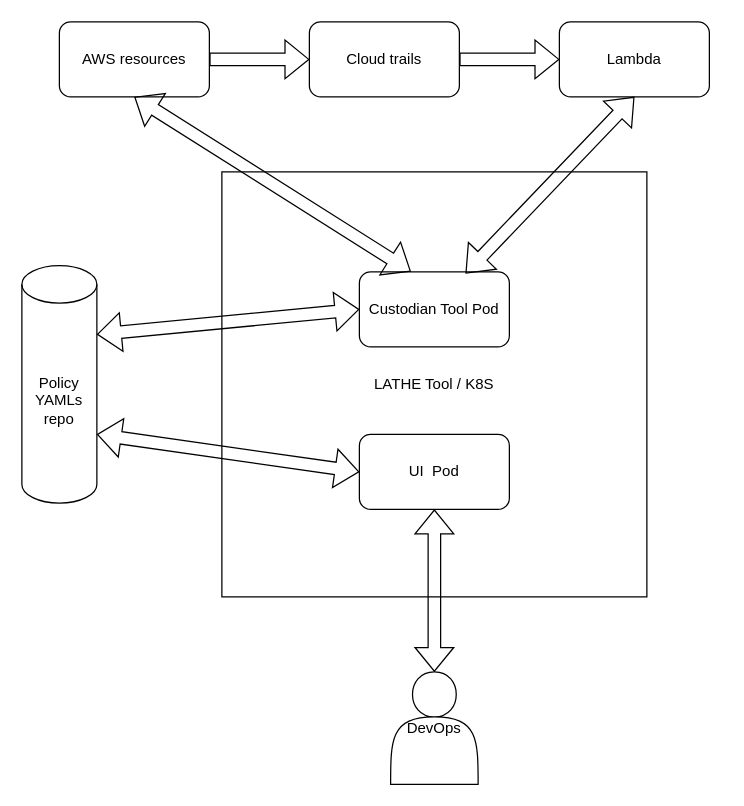
The draw.io diagram pptx/Untitled Diagram.drawio in ytensor42/drawio, before the edit. Source tidied: cells renumbered, new cells numbered last; positions are measured from the earlier drawing's top-left corner, leaving out a move shared by most shapes. Both pictures are drawn from the tidied source at 125%, with x=0, y=0 at pixel (21, 21).
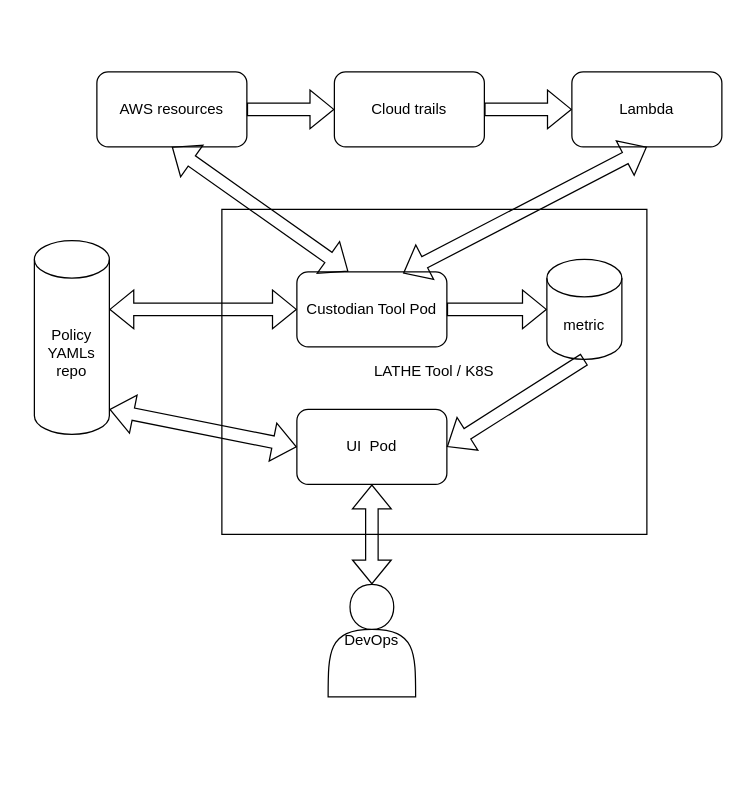
Above is the later version.

What changed in the source:
```diff
@@
 <mxGraphModel>
   <root>
     <mxCell id="0" />
     <mxCell id="1" parent="0" />
     <mxCell id="2" value="Policy&lt;br&gt;YAMLs&lt;br&gt;repo" style="shape=cylinder3;whiteSpace=wrap;html=1;boundedLbl=1;backgroundOutline=1;size=15;" parent="1" vertex="1">
-      <mxGeometry y="195" width="60" height="190" as="geometry" />
+      <mxGeometry x="10" y="175" width="60" height="155" as="geometry" />
     </mxCell>
     <mxCell id="3" value="LATHE Tool / K8S" style="rounded=0;whiteSpace=wrap;html=1;" parent="1" vertex="1">
-      <mxGeometry x="160" y="120" width="340" height="340" as="geometry" />
+      <mxGeometry x="160" y="150" width="340" height="260" as="geometry" />
     </mxCell>
     <mxCell id="4" value="UI &amp;nbsp;Pod" style="rounded=1;whiteSpace=wrap;html=1;" parent="1" vertex="1">
-      <mxGeometry x="270" y="330" width="120" height="60" as="geometry" />
+      <mxGeometry x="220" y="310" width="120" height="60" as="geometry" />
     </mxCell>
     <mxCell id="5" value="Custodian Tool Pod" style="rounded=1;whiteSpace=wrap;html=1;" parent="1" vertex="1">
-      <mxGeometry x="270" y="200" width="120" height="60" as="geometry" />
+      <mxGeometry x="220" y="200" width="120" height="60" as="geometry" />
     </mxCell>
     <mxCell id="6" style="shape=flexArrow;endArrow=classic;startArrow=classic;html=1;rounded=0;exitX=1;exitY=0;exitDx=0;exitDy=55;exitPerimeter=0;entryX=0;entryY=0.5;entryDx=0;entryDy=0;" parent="1" edge="1" source="2" target="5">
       <mxGeometry relative="1" as="geometry" />
     </mxCell>
     <mxCell id="7" style="shape=flexArrow;endArrow=classic;startArrow=classic;html=1;rounded=0;entryX=0;entryY=0.5;entryDx=0;entryDy=0;exitX=1;exitY=0;exitDx=0;exitDy=135;exitPerimeter=0;" parent="1" edge="1" source="2" target="4">
       <mxGeometry relative="1" as="geometry" />
     </mxCell>
     <mxCell id="8" value="AWS resources" style="rounded=1;whiteSpace=wrap;html=1;" parent="1" vertex="1">
-      <mxGeometry x="30" width="120" height="60" as="geometry" />
+      <mxGeometry x="60" y="40" width="120" height="60" as="geometry" />
     </mxCell>
     <mxCell id="9" value="Lambda" style="rounded=1;whiteSpace=wrap;html=1;" parent="1" vertex="1">
-      <mxGeometry x="430" width="120" height="60" as="geometry" />
+      <mxGeometry x="440" y="40" width="120" height="60" as="geometry" />
     </mxCell>
     <mxCell id="10" style="shape=flexArrow;endArrow=classic;startArrow=classic;html=1;rounded=0;entryX=0.5;entryY=1;entryDx=0;entryDy=0;exitX=0.5;exitY=0;exitDx=0;exitDy=0;" parent="1" edge="1" source="16" target="4">
       <mxGeometry relative="1" as="geometry" />
     </mxCell>
     <mxCell id="11" style="shape=flexArrow;endArrow=classic;startArrow=classic;html=1;rounded=0;entryX=0.5;entryY=1;entryDx=0;entryDy=0;exitX=0.343;exitY=-0.005;exitDx=0;exitDy=0;exitPerimeter=0;" parent="1" edge="1" source="5" target="8">
       <mxGeometry relative="1" as="geometry" />
     </mxCell>
     <mxCell id="12" style="shape=flexArrow;endArrow=classic;startArrow=classic;html=1;rounded=0;entryX=0.5;entryY=1;entryDx=0;entryDy=0;exitX=0.708;exitY=0.021;exitDx=0;exitDy=0;exitPerimeter=0;" parent="1" edge="1" source="5" target="9">
       <mxGeometry relative="1" as="geometry" />
     </mxCell>
     <mxCell id="13" value="Cloud trails" style="rounded=1;whiteSpace=wrap;html=1;" parent="1" vertex="1">
-      <mxGeometry x="230" width="120" height="60" as="geometry" />
+      <mxGeometry x="250" y="40" width="120" height="60" as="geometry" />
     </mxCell>
     <mxCell id="14" style="shape=flexArrow;endArrow=classic;html=1;rounded=0;exitX=1;exitY=0.5;exitDx=0;exitDy=0;entryX=0;entryY=0.5;entryDx=0;entryDy=0;" parent="1" edge="1" source="8" target="13">
       <mxGeometry relative="1" as="geometry" />
     </mxCell>
     <mxCell id="15" style="shape=flexArrow;endArrow=classic;html=1;rounded=0;exitX=1;exitY=0.5;exitDx=0;exitDy=0;entryX=0;entryY=0.5;entryDx=0;entryDy=0;" parent="1" edge="1" source="13" target="9">
       <mxGeometry relative="1" as="geometry" />
     </mxCell>
     <mxCell id="16" value="DevOps" style="shape=actor;whiteSpace=wrap;html=1;" parent="1" vertex="1">
-      <mxGeometry x="295" y="520" width="70" height="90" as="geometry" />
+      <mxGeometry x="245" y="450" width="70" height="90" as="geometry" />
     </mxCell>
+    <mxCell id="17" value="metric" style="shape=cylinder3;whiteSpace=wrap;html=1;boundedLbl=1;backgroundOutline=1;size=15;" parent="1" vertex="1">
+      <mxGeometry x="420" y="190" width="60" height="80" as="geometry" />
+    </mxCell>
+    <mxCell id="18" style="shape=flexArrow;endArrow=classic;html=1;rounded=0;entryX=0;entryY=0.5;entryDx=0;entryDy=0;entryPerimeter=0;exitX=1;exitY=0.5;exitDx=0;exitDy=0;" parent="1" edge="1" source="5" target="17">
+      <mxGeometry relative="1" as="geometry" />
+    </mxCell>
+    <mxCell id="19" style="shape=flexArrow;endArrow=classic;html=1;rounded=0;exitX=0.5;exitY=1;exitDx=0;exitDy=0;exitPerimeter=0;entryX=1;entryY=0.5;entryDx=0;entryDy=0;" parent="1" edge="1" source="17" target="4">
+      <mxGeometry relative="1" as="geometry" />
+    </mxCell>
   </root>
 </mxGraphModel>
```
